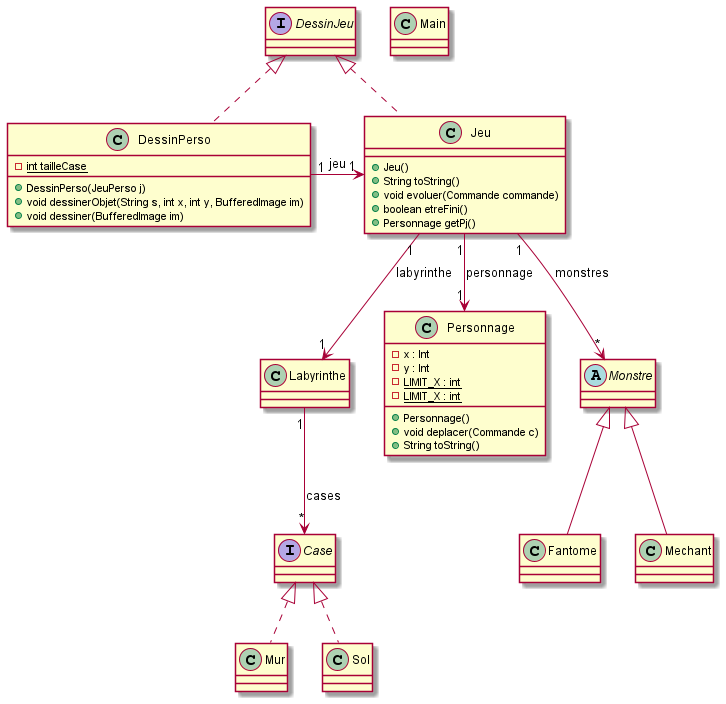
Earlier version of the PlantUML export documents/version2/diagramme.png (MichelGrolet/2d-game). Source of this version:
```plantuml
@startuml

class Labyrinthe {

}
Labyrinthe "1" --> "*" Case : cases

interface Case {

}

class Mur implements Case {

}

class Sol implements Case {

}

class Personnage {
    - x : Int
    - y : Int
    - {static} LIMIT_X : int
    - {static} LIMIT_X : int
    + Personnage()
    + void deplacer(Commande c)
    + String toString()
}

abstract class Monstre {

}

class Fantome extends Monstre {

}

class Mechant extends Monstre {

}

Jeu "1" --> "1" Labyrinthe : labyrinthe
Jeu "1" --> "1" Personnage : personnage
Jeu "1" --> "*" Monstre : monstres

class Main {

}

class Jeu implements DessinJeu {
    + Jeu()
    + String toString()
    + void evoluer(Commande commande)
    + boolean etreFini()
    + Personnage getPj()
}

class DessinPerso implements DessinJeu {
    - {static} int tailleCase
    + DessinPerso(JeuPerso j)
    + void dessinerObjet(String s, int x, int y, BufferedImage im)
    + void dessiner(BufferedImage im)
}
DessinPerso "1" -> "1" Jeu : jeu


@enduml
```
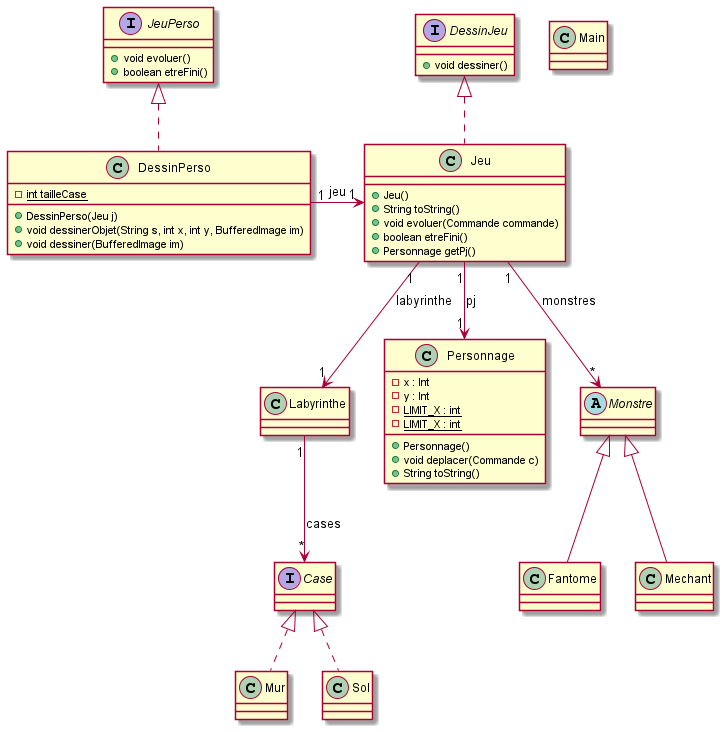
The same diagram one commit later.

Commit message:
maj diagramme

The edit, as a diff of the source:
```diff
@@ -39,8 +39,17 @@
 
 }
 
+interface JeuPerso {
+    + void evoluer()
+    + boolean etreFini()
+}
+
+interface DessinJeu {
+    + void dessiner()
+}
+
 Jeu "1" --> "1" Labyrinthe : labyrinthe
-Jeu "1" --> "1" Personnage : personnage
+Jeu "1" --> "1" Personnage : pj
 Jeu "1" --> "*" Monstre : monstres
 
 class Main {
@@ -55,13 +64,12 @@
     + Personnage getPj()
 }
 
-class DessinPerso implements DessinJeu {
+class DessinPerso implements JeuPerso {
     - {static} int tailleCase
-    + DessinPerso(JeuPerso j)
+    + DessinPerso(Jeu j)
     + void dessinerObjet(String s, int x, int y, BufferedImage im)
     + void dessiner(BufferedImage im)
 }
 DessinPerso "1" -> "1" Jeu : jeu
 
-
 @enduml
```
